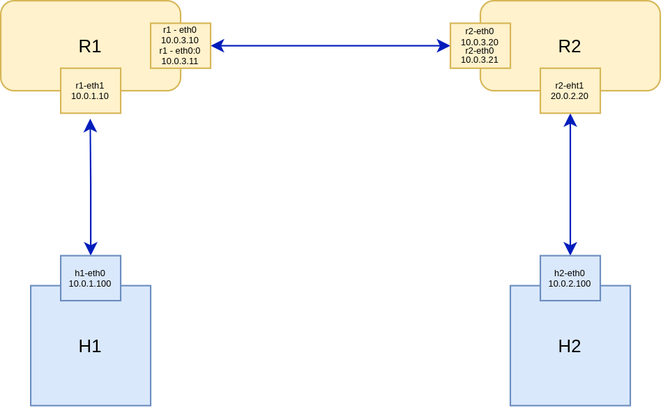
Hasan-Aga/my-work keeps this draw.io diagram as advanced/topology/first_topology_0_1.png. Above is the earlier version. Source tidied: cells renumbered, new cells last; positions are measured from the earlier drawing's top-left corner, leaving out a move shared by most shapes.
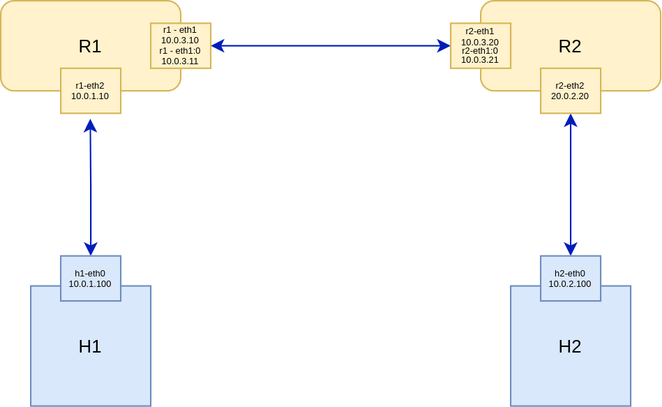
After the change.

What changed in the source:
```diff
@@ -17,10 +17,10 @@
     <mxCell id="6" style="edgeStyle=orthogonalEdgeStyle;jettySize=auto;html=1;exitX=1;exitY=0.5;exitDx=0;exitDy=0;fontSize=6;rounded=0;fillColor=#0050ef;strokeColor=#001DBC;endArrow=classic;endFill=1;startArrow=classic;startFill=1;" parent="1" edge="1" source="7" target="8">
       <mxGeometry relative="1" as="geometry" />
     </mxCell>
-    <mxCell id="7" value="&lt;p style=&quot;line-height: 0.6&quot;&gt;&lt;/p&gt;&lt;blockquote style=&quot;margin: 0 0 0 40px ; border: none ; padding: 0px&quot;&gt;&lt;/blockquote&gt;&lt;font style=&quot;font-size: 6px&quot;&gt;&lt;span&gt;&lt;div&gt;&lt;span&gt;r1 - eth0&lt;/span&gt;&lt;/div&gt;&lt;/span&gt;&lt;font style=&quot;font-size: 6px&quot;&gt;&lt;div&gt;&lt;span&gt;10.0.3.10&lt;br&gt;r1 - eth0:0&lt;br&gt;10.0.3.11&lt;/span&gt;&lt;/div&gt;&lt;/font&gt;&lt;/font&gt;&lt;p&gt;&lt;/p&gt;" style="rounded=0;whiteSpace=wrap;html=1;fillColor=#fff2cc;strokeColor=#d6b656;" parent="1" vertex="1">
+    <mxCell id="7" value="&lt;p style=&quot;line-height: 0.6&quot;&gt;&lt;/p&gt;&lt;blockquote style=&quot;margin: 0 0 0 40px ; border: none ; padding: 0px&quot;&gt;&lt;/blockquote&gt;&lt;font style=&quot;font-size: 6px&quot;&gt;&lt;span&gt;&lt;div&gt;&lt;span&gt;r1 - eth1&lt;/span&gt;&lt;/div&gt;&lt;/span&gt;&lt;font style=&quot;font-size: 6px&quot;&gt;&lt;div&gt;&lt;span&gt;10.0.3.10&lt;br&gt;r1 - eth1:0&lt;br&gt;10.0.3.11&lt;/span&gt;&lt;/div&gt;&lt;/font&gt;&lt;/font&gt;&lt;p&gt;&lt;/p&gt;" style="rounded=0;whiteSpace=wrap;html=1;fillColor=#fff2cc;strokeColor=#d6b656;" parent="1" vertex="1">
       <mxGeometry x="100" y="15" width="40" height="30" as="geometry" />
     </mxCell>
-    <mxCell id="8" value="&lt;pre style=&quot;font-size: 6px&quot;&gt;&lt;div style=&quot;font-family: &amp;#34;helvetica&amp;#34;&quot;&gt;r2-eth0&lt;/div&gt;&lt;font style=&quot;font-family: &amp;#34;helvetica&amp;#34; ; line-height: 1 ; font-size: 6px&quot;&gt;&lt;div&gt;10.0.3.20&lt;/div&gt;&lt;div&gt;r2-eth0&lt;/div&gt;&lt;div&gt;10.0.3.21&lt;/div&gt;&lt;/font&gt;&lt;/pre&gt;" style="rounded=0;whiteSpace=wrap;html=1;align=center;fillColor=#fff2cc;strokeColor=#d6b656;" parent="1" vertex="1">
+    <mxCell id="8" value="&lt;pre style=&quot;font-size: 6px&quot;&gt;&lt;div style=&quot;font-family: &amp;#34;helvetica&amp;#34;&quot;&gt;r2-eth1&lt;/div&gt;&lt;font style=&quot;font-family: &amp;#34;helvetica&amp;#34; ; line-height: 1 ; font-size: 6px&quot;&gt;&lt;div&gt;10.0.3.20&lt;/div&gt;&lt;div&gt;r2-eth1:0&lt;/div&gt;&lt;div&gt;10.0.3.21&lt;/div&gt;&lt;/font&gt;&lt;/pre&gt;" style="rounded=0;whiteSpace=wrap;html=1;align=center;fillColor=#fff2cc;strokeColor=#d6b656;" parent="1" vertex="1">
       <mxGeometry x="300" y="15" width="40" height="30" as="geometry" />
     </mxCell>
     <mxCell id="9" style="edgeStyle=orthogonalEdgeStyle;rounded=0;orthogonalLoop=1;jettySize=auto;html=1;exitX=0.5;exitY=1;exitDx=0;exitDy=0;fillColor=#fff2cc;strokeColor=#d6b656;" parent="1" edge="1" source="7" target="7">
@@ -38,10 +38,10 @@
     <mxCell id="13" value="&lt;pre style=&quot;font-size: 6px&quot;&gt;&lt;div style=&quot;font-family: &amp;#34;helvetica&amp;#34;&quot;&gt;h2-eth0&lt;br/&gt;10.0.2.100&lt;/div&gt;&lt;/pre&gt;" style="rounded=0;whiteSpace=wrap;html=1;align=center;fillColor=#dae8fc;strokeColor=#6c8ebf;" parent="1" vertex="1">
       <mxGeometry x="360" y="170" width="40" height="30" as="geometry" />
     </mxCell>
-    <mxCell id="14" value="&lt;pre style=&quot;font-size: 6px&quot;&gt;&lt;div style=&quot;font-family: &amp;#34;helvetica&amp;#34;&quot;&gt;r2-eht1&lt;br/&gt;20.0.2.20&lt;/div&gt;&lt;/pre&gt;" style="rounded=0;whiteSpace=wrap;html=1;align=center;fillColor=#fff2cc;strokeColor=#d6b656;" parent="1" vertex="1">
+    <mxCell id="14" value="&lt;pre style=&quot;font-size: 6px&quot;&gt;&lt;div style=&quot;font-family: &amp;#34;helvetica&amp;#34;&quot;&gt;r2-eth2&lt;br&gt;20.0.2.20&lt;/div&gt;&lt;/pre&gt;" style="rounded=0;whiteSpace=wrap;html=1;align=center;fillColor=#fff2cc;strokeColor=#d6b656;" parent="1" vertex="1">
       <mxGeometry x="360" y="45" width="40" height="30" as="geometry" />
     </mxCell>
-    <mxCell id="15" value="&lt;p style=&quot;line-height: 0.6&quot;&gt;&lt;/p&gt;&lt;blockquote style=&quot;margin: 0 0 0 40px ; border: none ; padding: 0px&quot;&gt;&lt;/blockquote&gt;&lt;font style=&quot;font-size: 6px&quot;&gt;&lt;span&gt;&lt;div&gt;r1-eth1&lt;br&gt;10.0.1.10&lt;/div&gt;&lt;/span&gt;&lt;/font&gt;&lt;p&gt;&lt;/p&gt;" style="rounded=0;whiteSpace=wrap;html=1;fillColor=#fff2cc;strokeColor=#d6b656;" parent="1" vertex="1">
+    <mxCell id="15" value="&lt;p style=&quot;line-height: 0.6&quot;&gt;&lt;/p&gt;&lt;blockquote style=&quot;margin: 0 0 0 40px ; border: none ; padding: 0px&quot;&gt;&lt;/blockquote&gt;&lt;font style=&quot;font-size: 6px&quot;&gt;&lt;span&gt;&lt;div&gt;r1-eth2&lt;br&gt;10.0.1.10&lt;/div&gt;&lt;/span&gt;&lt;/font&gt;&lt;p&gt;&lt;/p&gt;" style="rounded=0;whiteSpace=wrap;html=1;fillColor=#fff2cc;strokeColor=#d6b656;" parent="1" vertex="1">
       <mxGeometry x="40" y="45" width="40" height="30" as="geometry" />
     </mxCell>
   </root>
```
